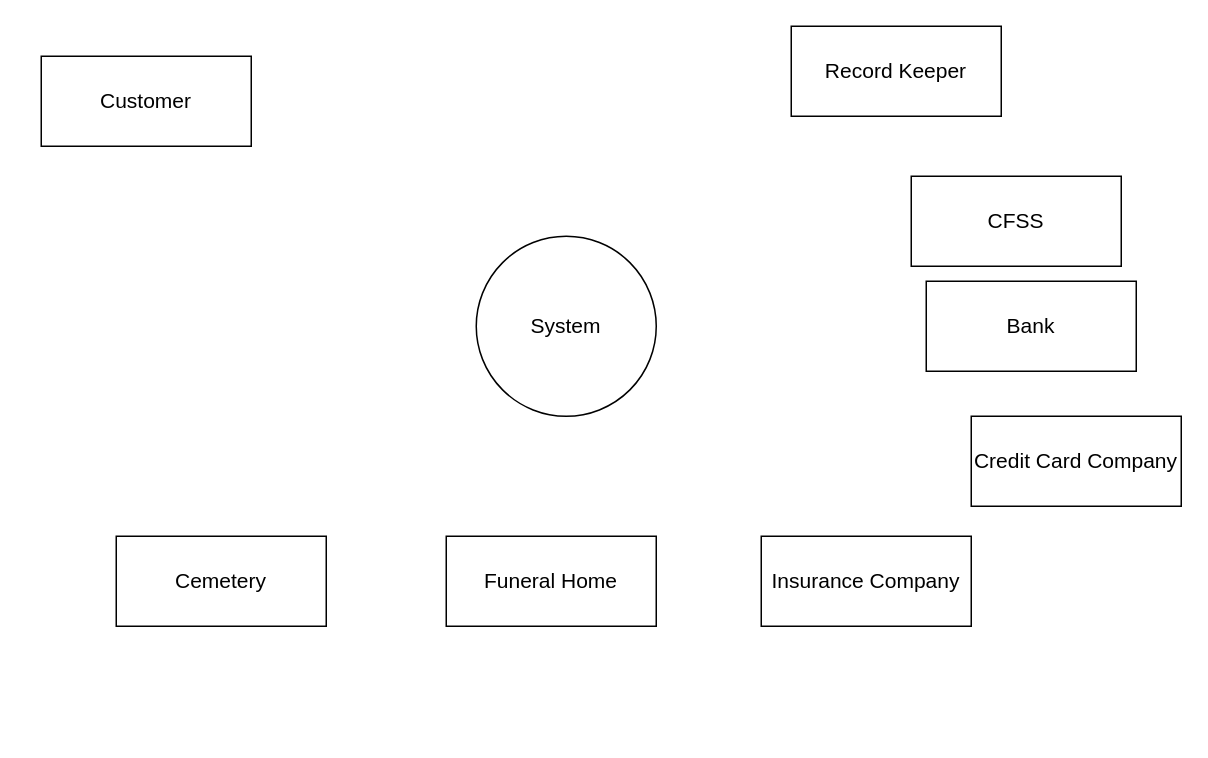
The draw.io diagram page "DFD - 0" (5 of 5) of Untitled Diagram.drawio in Buddhika-Pathirathna/DiagramsRepo, before the edit. Source tidied: cells renumbered, new cells numbered last; positions are measured from the earlier drawing's top-left corner, leaving out a move shared by most shapes. Both pictures are drawn from the tidied source at 150%, with x=0, y=0 at pixel (40, 26).
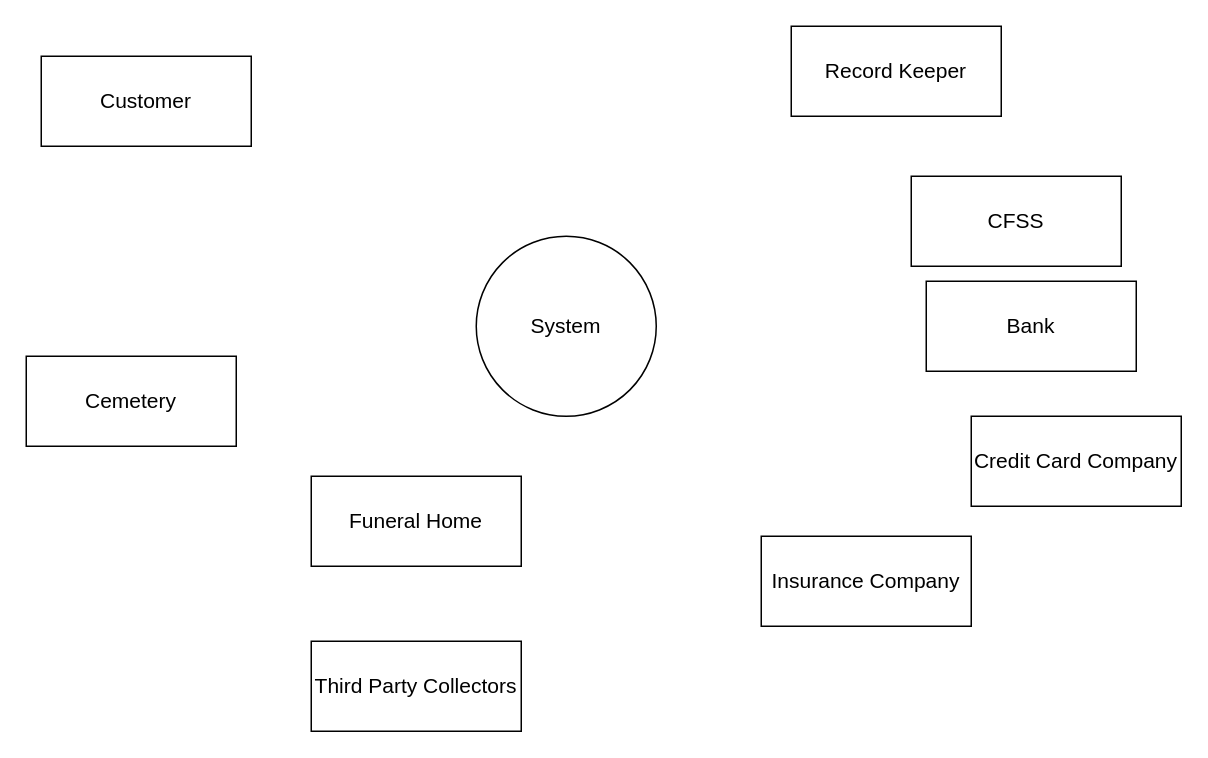
The same diagram, later.

Diff of the diagram source:
```diff
@@
 <mxGraphModel>
   <root>
     <mxCell id="0" />
     <mxCell id="1" parent="0" />
     <mxCell id="2" value="&lt;font style=&quot;font-size: 14px;&quot;&gt;System&lt;/font&gt;" style="ellipse;whiteSpace=wrap;html=1;" parent="1" vertex="1">
       <mxGeometry x="290" y="140" width="120" height="120" as="geometry" />
     </mxCell>
     <mxCell id="3" value="&lt;font style=&quot;font-size: 14px;&quot;&gt;Customer&lt;/font&gt;" style="rounded=0;whiteSpace=wrap;html=1;" parent="1" vertex="1">
       <mxGeometry y="20" width="140" height="60" as="geometry" />
     </mxCell>
     <mxCell id="4" value="&lt;font style=&quot;font-size: 14px;&quot;&gt;Funeral Home&lt;/font&gt;" style="rounded=0;whiteSpace=wrap;html=1;" parent="1" vertex="1">
-      <mxGeometry x="270" y="340" width="140" height="60" as="geometry" />
+      <mxGeometry x="180" y="300" width="140" height="60" as="geometry" />
     </mxCell>
     <mxCell id="5" value="&lt;font style=&quot;font-size: 14px;&quot;&gt;Cemetery&lt;/font&gt;" style="rounded=0;whiteSpace=wrap;html=1;" parent="1" vertex="1">
-      <mxGeometry x="50" y="340" width="140" height="60" as="geometry" />
+      <mxGeometry x="-10" y="220" width="140" height="60" as="geometry" />
     </mxCell>
     <mxCell id="6" value="&lt;span style=&quot;font-size: 14px;&quot;&gt;Record Keeper&lt;/span&gt;" style="rounded=0;whiteSpace=wrap;html=1;" parent="1" vertex="1">
       <mxGeometry x="500" width="140" height="60" as="geometry" />
     </mxCell>
     <mxCell id="7" value="&lt;span style=&quot;font-size: 14px;&quot;&gt;CFSS&lt;/span&gt;" style="rounded=0;whiteSpace=wrap;html=1;" parent="1" vertex="1">
       <mxGeometry x="580" y="100" width="140" height="60" as="geometry" />
     </mxCell>
     <mxCell id="8" value="&lt;font style=&quot;font-size: 14px;&quot;&gt;Insurance Company&lt;/font&gt;" style="rounded=0;whiteSpace=wrap;html=1;" parent="1" vertex="1">
       <mxGeometry x="480" y="340" width="140" height="60" as="geometry" />
     </mxCell>
     <mxCell id="9" value="&lt;font style=&quot;font-size: 14px;&quot;&gt;Credit Card Company&lt;/font&gt;" style="rounded=0;whiteSpace=wrap;html=1;" parent="1" vertex="1">
       <mxGeometry x="620" y="260" width="140" height="60" as="geometry" />
     </mxCell>
     <mxCell id="10" value="&lt;span style=&quot;font-size: 14px;&quot;&gt;Bank&lt;/span&gt;" style="rounded=0;whiteSpace=wrap;html=1;" parent="1" vertex="1">
       <mxGeometry x="590" y="170" width="140" height="60" as="geometry" />
     </mxCell>
+    <mxCell id="11" value="&lt;font style=&quot;font-size: 14px;&quot;&gt;Third Party Collectors&lt;/font&gt;" style="rounded=0;whiteSpace=wrap;html=1;" parent="1" vertex="1">
+      <mxGeometry x="180" y="410" width="140" height="60" as="geometry" />
+    </mxCell>
   </root>
 </mxGraphModel>
```
